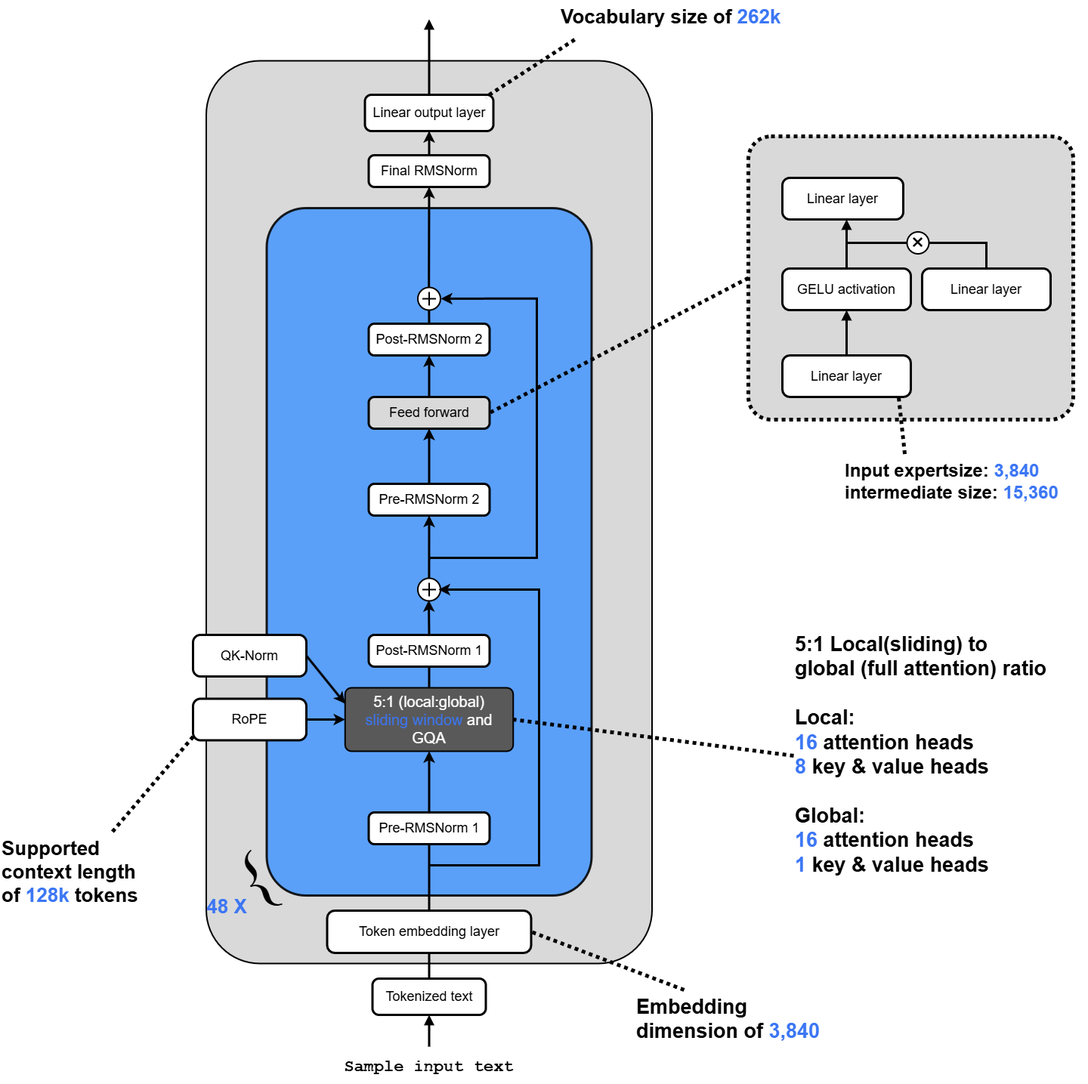
The draw.io diagram Models/Gemma/Gemma-4(12B).drawio.png in EarthWind/deeparch, before a commit. Source tidied: cells renumbered, new cells last; positions are measured from the earlier drawing's top-left corner, leaving out a move shared by most shapes.
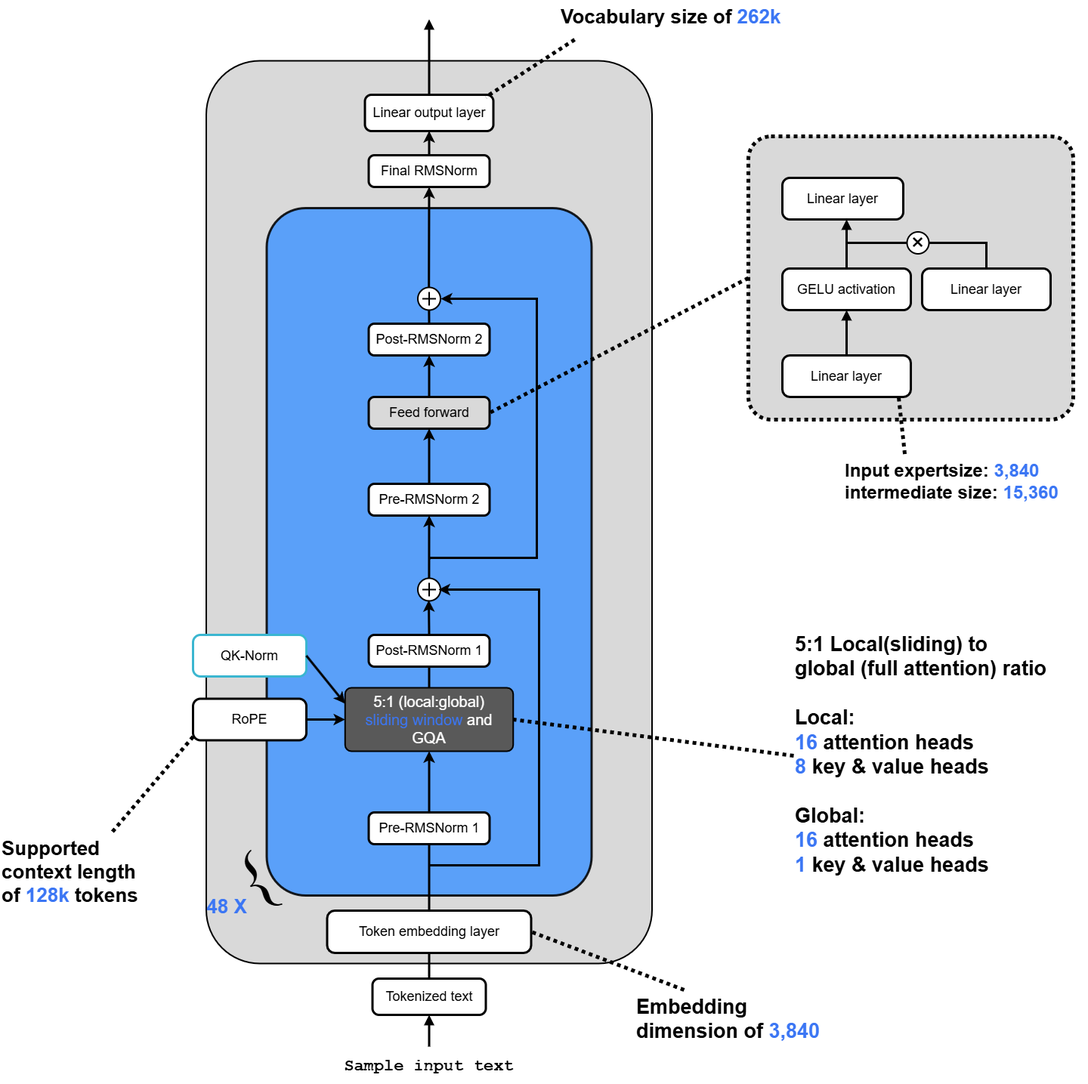
Above is the later version.

Commit message:
fix models: update gemma-4 model architecture.

What changed in the source:
```diff
@@ -176,7 +176,7 @@
         </Array>
       </mxGeometry>
     </mxCell>
-    <mxCell id="50" value="QK-Norm" style="rounded=1;whiteSpace=wrap;html=1;arcSize=18;strokeColor=#000000;strokeWidth=3;fillColor=#ffffff;fontFamily=Arial;fontSize=18;fontColor=#000000;align=center;verticalAlign=middle;" parent="1" vertex="1">
+    <mxCell id="50" value="QK-Norm" style="rounded=1;whiteSpace=wrap;html=1;arcSize=18;strokeColor=light-dark(#3AB6D0,#2B82DA);strokeWidth=3;fillColor=#ffffff;fontFamily=Arial;fontSize=18;fontColor=#000000;align=center;verticalAlign=middle;" parent="1" vertex="1">
       <mxGeometry x="255" y="840" width="150" height="55" as="geometry" />
     </mxCell>
     <mxCell id="51" style="endArrow=classic;html=1;rounded=0;strokeWidth=3;strokeColor=#000000;entryX=0;entryY=0.25;entryDx=0;entryDy=0;exitX=1;exitY=0.5;exitDx=0;exitDy=0;endFill=1;" parent="1" edge="1" source="50" target="11">
```
